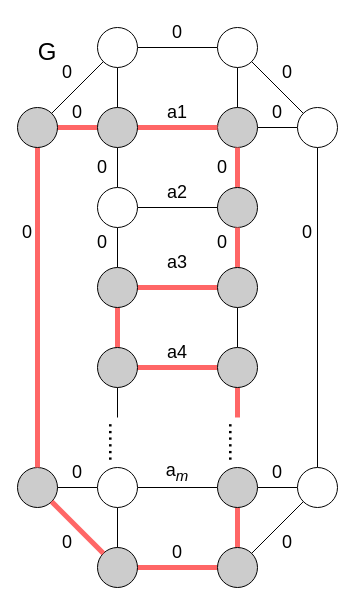
This is algorithm/ZWC2.drawio from xuyizhe1999/drawio, a draw.io file, before an edit. Source tidied: cells renumbered, new cells numbered last; positions are measured from the earlier drawing's top-left corner, leaving out a move shared by most shapes. Both pictures are drawn from the tidied source at 100%, with x=0, y=0 at pixel (17, 17).
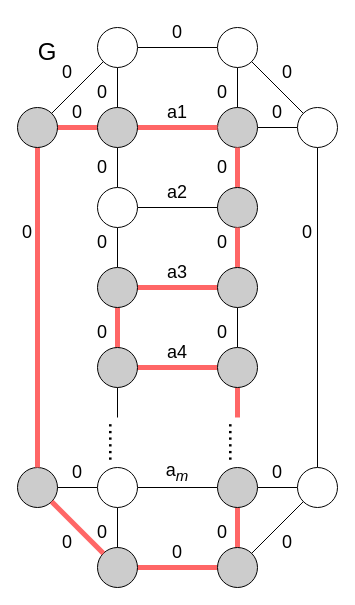
The same diagram, later.

The edit, as a diff of the source:
```diff
@@
     <mxCell id="66" value="a3" style="text;html=1;strokeColor=none;fillColor=none;align=center;verticalAlign=middle;whiteSpace=wrap;rounded=0;fontSize=18;" parent="1" vertex="1">
-      <mxGeometry x="130" y="230" width="60" height="30" as="geometry" />
+      <mxGeometry x="130" y="240" width="60" height="30" as="geometry" />
     </mxCell>
@@
+    <mxCell id="73" value="0" style="text;html=1;strokeColor=none;fillColor=none;align=center;verticalAlign=middle;whiteSpace=wrap;rounded=0;fontSize=18;" parent="1" vertex="1">
+      <mxGeometry x="75" y="300" width="20" height="30" as="geometry" />
+    </mxCell>
+    <mxCell id="74" value="0" style="text;html=1;strokeColor=none;fillColor=none;align=center;verticalAlign=middle;whiteSpace=wrap;rounded=0;fontSize=18;" parent="1" vertex="1">
+      <mxGeometry x="195" y="300" width="20" height="30" as="geometry" />
+    </mxCell>
+    <mxCell id="75" value="0" style="text;html=1;strokeColor=none;fillColor=none;align=center;verticalAlign=middle;whiteSpace=wrap;rounded=0;fontSize=18;" parent="1" vertex="1">
+      <mxGeometry x="75" y="499.5" width="20" height="30" as="geometry" />
+    </mxCell>
+    <mxCell id="76" value="0" style="text;html=1;strokeColor=none;fillColor=none;align=center;verticalAlign=middle;whiteSpace=wrap;rounded=0;fontSize=18;" parent="1" vertex="1">
+      <mxGeometry x="195" y="500" width="20" height="30" as="geometry" />
+    </mxCell>
+    <mxCell id="77" value="0" style="text;html=1;strokeColor=none;fillColor=none;align=center;verticalAlign=middle;whiteSpace=wrap;rounded=0;fontSize=18;" parent="1" vertex="1">
+      <mxGeometry x="75" y="60" width="20" height="30" as="geometry" />
+    </mxCell>
+    <mxCell id="78" value="0" style="text;html=1;strokeColor=none;fillColor=none;align=center;verticalAlign=middle;whiteSpace=wrap;rounded=0;fontSize=18;" parent="1" vertex="1">
+      <mxGeometry x="195" y="60" width="20" height="30" as="geometry" />
+    </mxCell>
```
